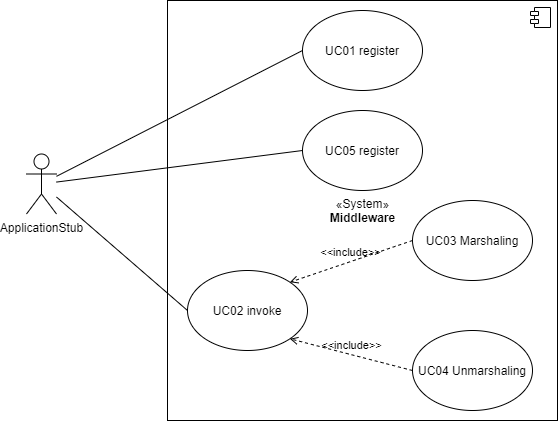
KjellooMelloo/gameoftrons keeps this draw.io diagram as Doku/images/middleware_fachlicher_trontext.png. Above is the earlier version. Source tidied: cells renumbered, new cells last; positions are measured from the earlier drawing's top-left corner, leaving out a move shared by most shapes.
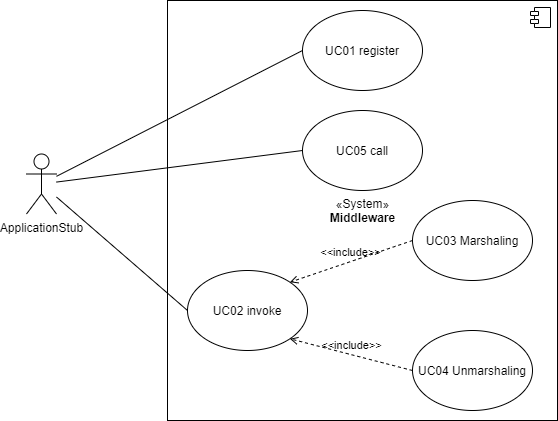
Later version of the same file.

Commit message:
register twin now separated, added MW_Ebene2 in doc

The edit, as a diff of the source:
```diff
@@ -40,7 +40,7 @@
     <mxCell id="13" value="&amp;lt;&amp;lt;include&amp;gt;&amp;gt;" style="edgeStyle=none;html=1;endArrow=open;verticalAlign=bottom;dashed=1;labelBackgroundColor=none;exitX=0;exitY=0.5;exitDx=0;exitDy=0;entryX=1;entryY=0;entryDx=0;entryDy=0;" parent="1" edge="1" source="10" target="9">
       <mxGeometry relative="1" as="geometry" />
     </mxCell>
-    <mxCell id="14" value="UC05 register" style="ellipse;whiteSpace=wrap;html=1;" parent="1" vertex="1">
+    <mxCell id="14" value="UC05 call" style="ellipse;whiteSpace=wrap;html=1;" parent="1" vertex="1">
       <mxGeometry x="276" y="110" width="120" height="80" as="geometry" />
     </mxCell>
   </root>
```
